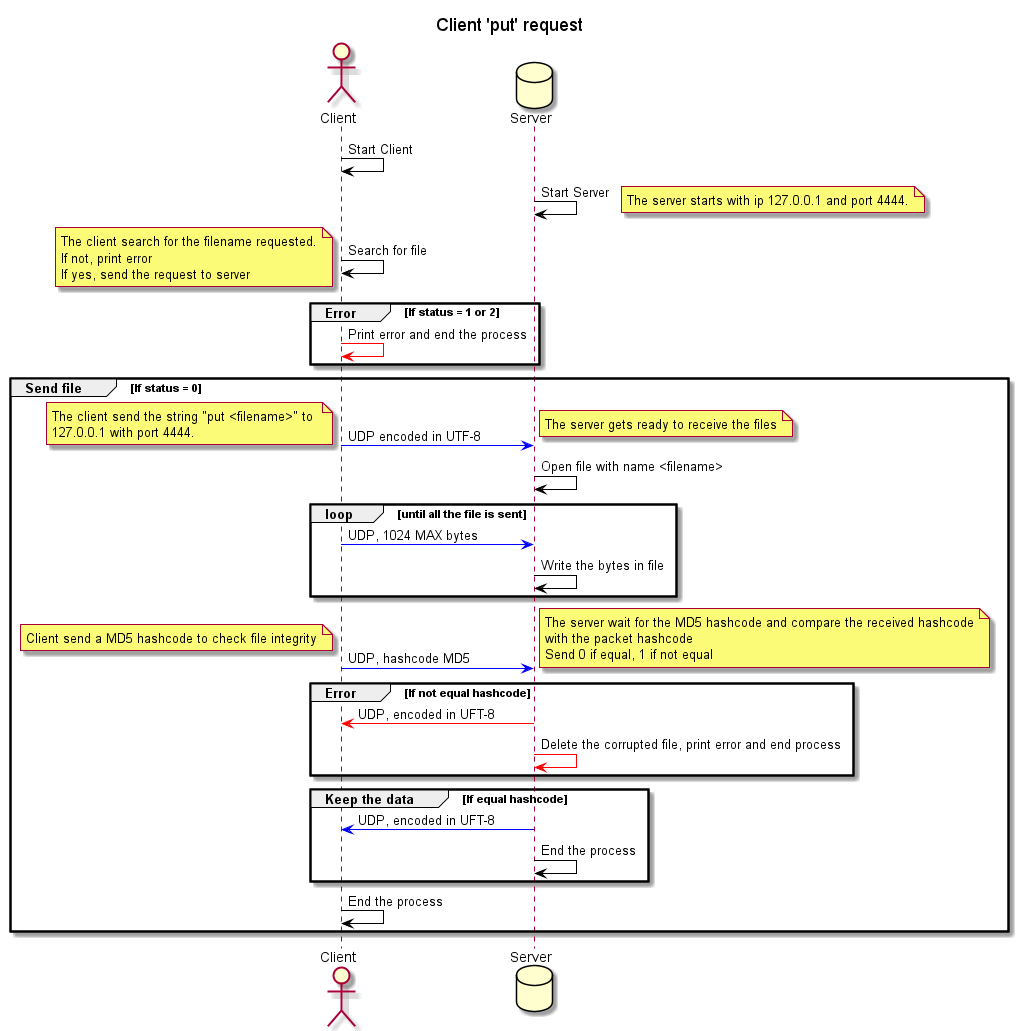
Above: UML/ClientPutUML.png in Zettaiki/Client-Server-UDP-file-transfer (PlantUML), before the change.
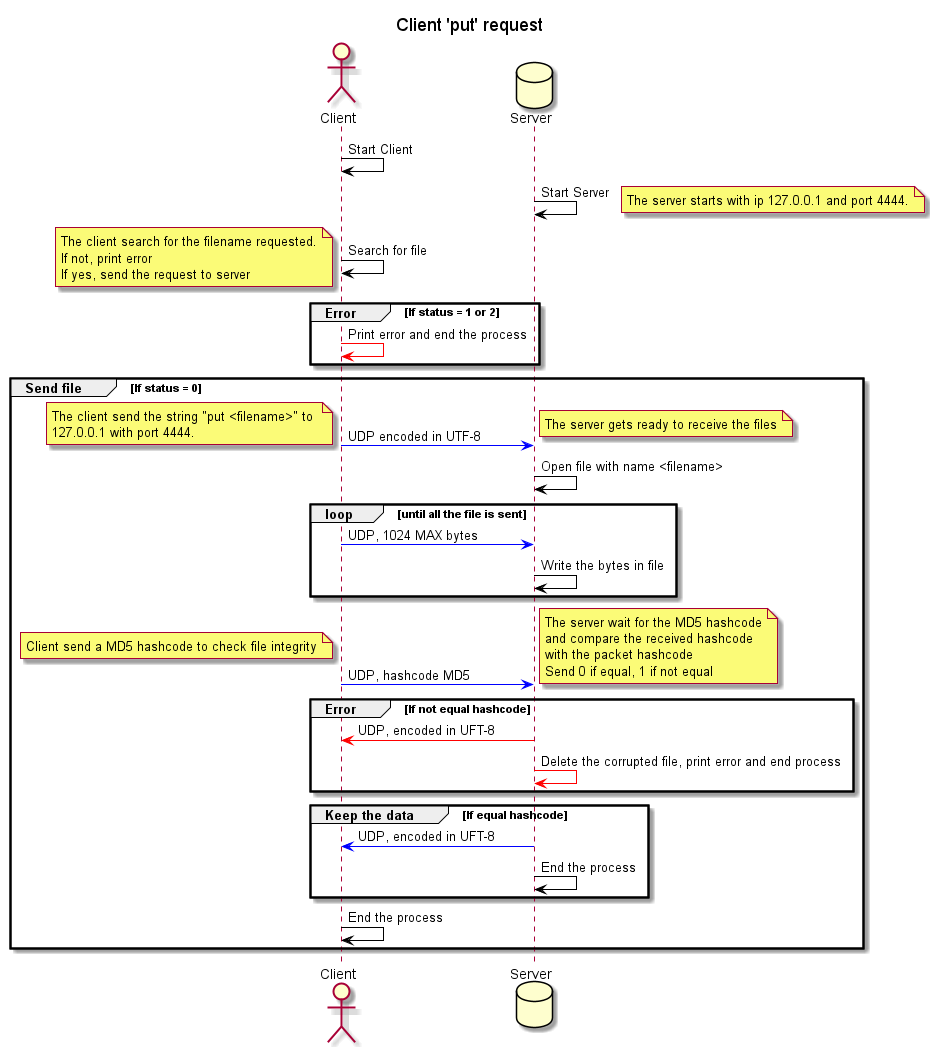
The same file after the commit.

What changed in the source:
```diff
@@ -37,7 +37,8 @@
     Client send a MD5 hashcode to check file integrity
     end note
     note right
-    The server wait for the MD5 hashcode and compare the received hashcode
+    The server wait for the MD5 hashcode
+    and compare the received hashcode
     with the packet hashcode
     Send 0 if equal, 1 if not equal
     end note
```
